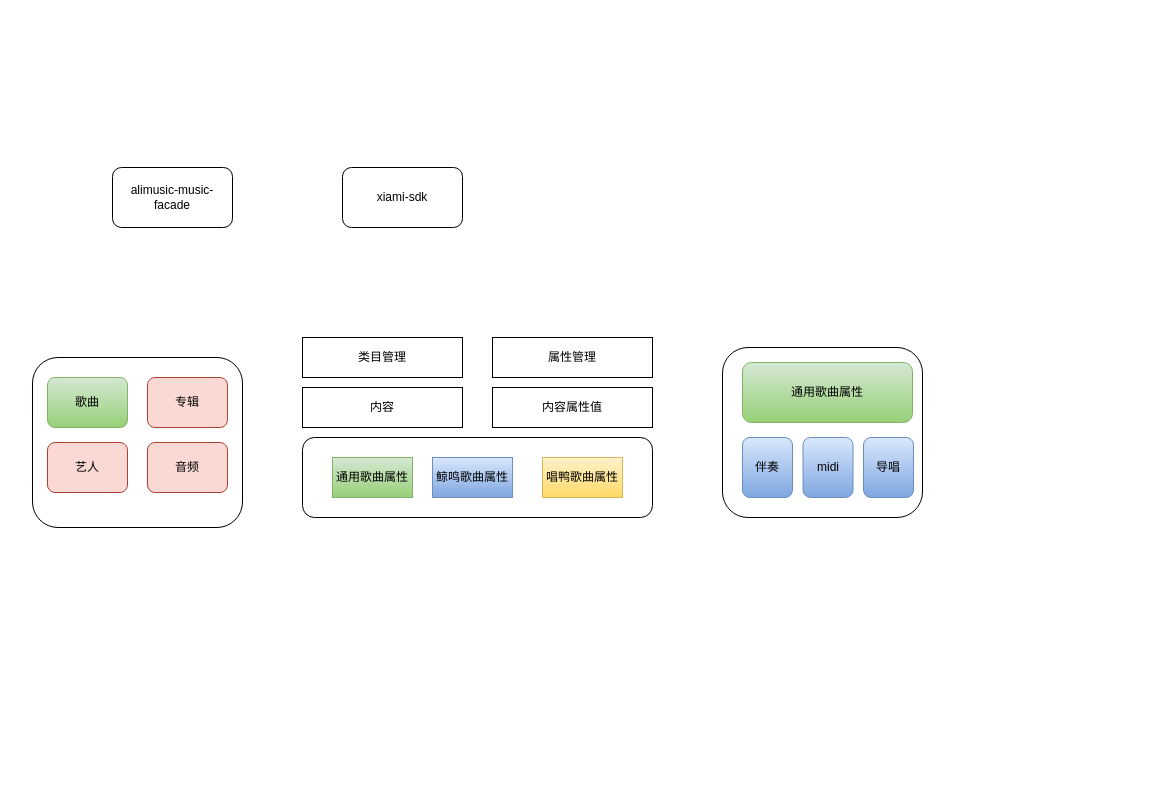
Above: bigsongs.drawio in QuanCong/draw (draw.io), before the change. Source tidied: cells renumbered, new cells numbered last; positions are measured from the earlier drawing's top-left corner, leaving out a move shared by most shapes. Both pictures are drawn from the tidied source at 100%, with x=0, y=0 at pixel (32, 167).
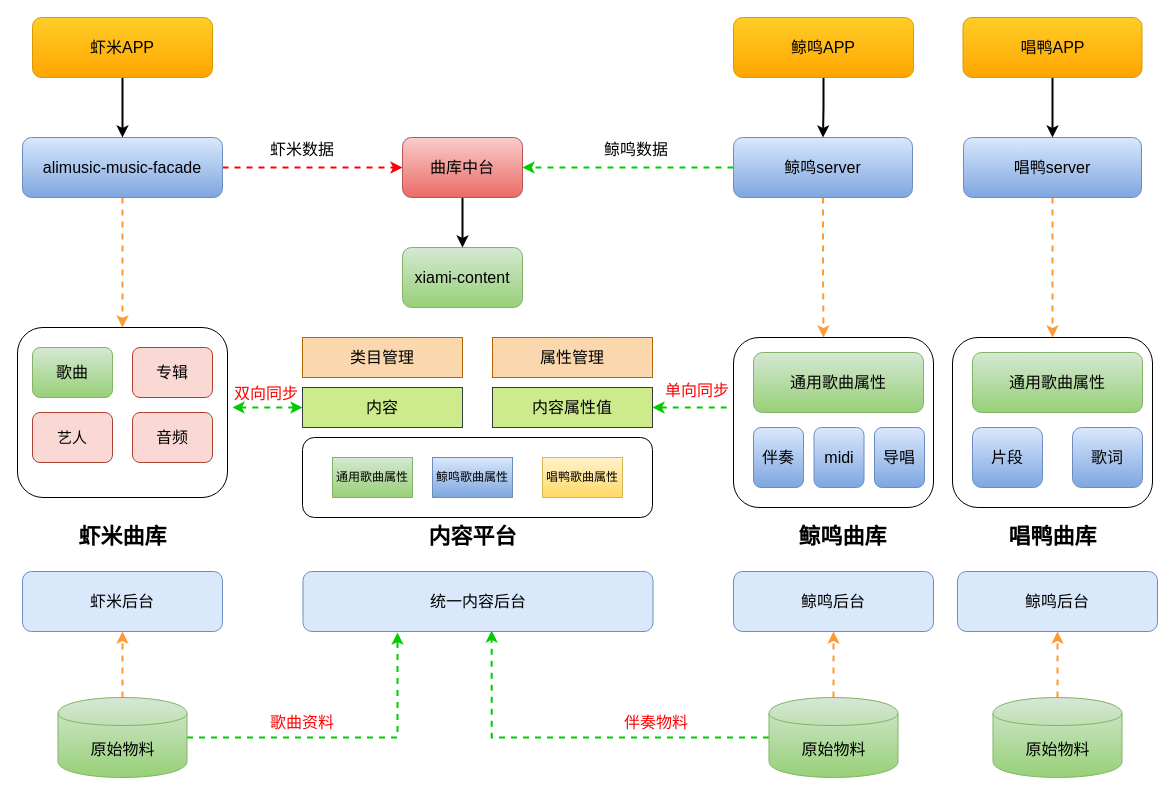
The same page after the edit.

Unchanged cells that the change refers to:
```xml
<mxCell id="18" style="rounded=1;whiteSpace=wrap;html=1;" parent="17" vertex="1">
  <mxGeometry width="210" height="170" as="geometry" />
</mxCell>
```

Diff of the diagram source:
```diff
@@
-    <mxCell id="2" style="rounded=1;whiteSpace=wrap;html=1;" parent="1" vertex="1">
-      <mxGeometry x="690" y="180" width="200" height="170" as="geometry" />
-    </mxCell>
+    <mxCell id="24" style="edgeStyle=orthogonalEdgeStyle;rounded=0;jettySize=auto;html=1;exitX=0.5;exitY=1;exitDx=0;exitDy=0;strokeColor=#FF9933;strokeWidth=2;dashed=1;" parent="1" edge="1" source="3" target="18">
+      <mxGeometry relative="1" as="geometry" />
+    </mxCell>
+    <mxCell id="25" style="edgeStyle=orthogonalEdgeStyle;rounded=0;jettySize=auto;html=1;exitX=1;exitY=0.5;exitDx=0;exitDy=0;entryX=0;entryY=0.5;entryDx=0;entryDy=0;dashed=1;strokeColor=#FF0000;strokeWidth=2;fontSize=22;fontColor=#FF0000;" parent="1" edge="1" source="3" target="32">
+      <mxGeometry relative="1" as="geometry" />
+    </mxCell>
-    <mxCell id="3" value="alimusic-music-facade" style="rounded=1;whiteSpace=wrap;html=1;" parent="1" vertex="1">
-      <mxGeometry x="80" width="120" height="60" as="geometry" />
+    <mxCell id="3" value="alimusic-music-facade" style="rounded=1;whiteSpace=wrap;html=1;fillColor=#dae8fc;strokeColor=#6c8ebf;gradientColor=#7ea6e0;fontSize=16;" parent="1" vertex="1">
+      <mxGeometry x="-10" y="-30" width="200" height="60" as="geometry" />
     </mxCell>
-    <mxCell id="4" value="xiami-sdk" style="rounded=1;whiteSpace=wrap;html=1;" parent="1" vertex="1">
-      <mxGeometry x="310" width="120" height="60" as="geometry" />
+    <mxCell id="4" value="xiami-content" style="rounded=1;whiteSpace=wrap;html=1;gradientColor=#97d077;fillColor=#d5e8d4;strokeColor=#82b366;fontSize=16;" parent="1" vertex="1">
+      <mxGeometry x="370" y="80" width="120" height="60" as="geometry" />
     </mxCell>
-    <mxCell id="5" value="类目管理" style="rounded=0;whiteSpace=wrap;html=1;" parent="1" vertex="1">
-      <mxGeometry x="270" y="170" width="160" height="40" as="geometry" />
-    </mxCell>
-    <mxCell id="6" value="内容属性值" style="rounded=0;whiteSpace=wrap;html=1;" parent="1" vertex="1">
-      <mxGeometry x="460" y="220" width="160" height="40" as="geometry" />
-    </mxCell>
-    <mxCell id="7" value="内容" style="rounded=0;whiteSpace=wrap;html=1;" parent="1" vertex="1">
-      <mxGeometry x="270" y="220" width="160" height="40" as="geometry" />
-    </mxCell>
-    <mxCell id="8" value="通用歌曲属性" style="rounded=1;whiteSpace=wrap;html=1;gradientColor=#97d077;fillColor=#d5e8d4;strokeColor=#82b366;" parent="1" vertex="1">
-      <mxGeometry x="710" y="195" width="170" height="60" as="geometry" />
-    </mxCell>
-    <mxCell id="9" value="伴奏" style="rounded=1;whiteSpace=wrap;html=1;gradientColor=#7ea6e0;fillColor=#dae8fc;strokeColor=#6c8ebf;" parent="1" vertex="1">
-      <mxGeometry x="710" y="270" width="50" height="60" as="geometry" />
-    </mxCell>
-    <mxCell id="10" value="midi" style="rounded=1;whiteSpace=wrap;html=1;gradientColor=#7ea6e0;fillColor=#dae8fc;strokeColor=#6c8ebf;" parent="1" vertex="1">
-      <mxGeometry x="770.5" y="270" width="50" height="60" as="geometry" />
-    </mxCell>
-    <mxCell id="11" value="导唱" style="rounded=1;whiteSpace=wrap;html=1;gradientColor=#7ea6e0;fillColor=#dae8fc;strokeColor=#6c8ebf;" parent="1" vertex="1">
-      <mxGeometry x="831" y="270" width="50" height="60" as="geometry" />
-    </mxCell>
-    <mxCell id="12" style="group;fillColor=none;" parent="1" vertex="1">
-      <mxGeometry x="270" y="270" width="350" height="80" as="geometry" />
-    </mxCell>
-    <mxCell id="13" style="rounded=1;whiteSpace=wrap;html=1;" parent="12" vertex="1">
-      <mxGeometry width="350" height="80" as="geometry" />
-    </mxCell>
-    <mxCell id="14" value="通用歌曲属性" style="rounded=0;whiteSpace=wrap;html=1;fillColor=#d5e8d4;strokeColor=#82b366;gradientColor=#97d077;" parent="12" vertex="1">
-      <mxGeometry x="30" y="20" width="80" height="40" as="geometry" />
-    </mxCell>
-    <mxCell id="15" value="鲸鸣歌曲属性" style="rounded=0;whiteSpace=wrap;html=1;gradientColor=#7ea6e0;fillColor=#dae8fc;strokeColor=#6c8ebf;" parent="12" vertex="1">
-      <mxGeometry x="130" y="20" width="80" height="40" as="geometry" />
-    </mxCell>
-    <mxCell id="16" value="唱鸭歌曲属性" style="rounded=0;whiteSpace=wrap;html=1;gradientColor=#ffd966;fillColor=#fff2cc;strokeColor=#d6b656;" parent="12" vertex="1">
-      <mxGeometry x="240" y="20" width="80" height="40" as="geometry" />
-    </mxCell>
-    <mxCell id="17" style="group;" parent="1" vertex="1">
-      <mxGeometry y="190" width="210" height="170" as="geometry" />
+    <mxCell id="17" style="group;fontSize=16;" parent="1" vertex="1">
+      <mxGeometry x="-15" y="160" width="210" height="170" as="geometry" />
     </mxCell>
@@
-    <mxCell id="19" value="歌曲" style="rounded=1;whiteSpace=wrap;html=1;gradientColor=#97d077;fillColor=#d5e8d4;strokeColor=#82b366;" parent="17" vertex="1">
+    <mxCell id="19" value="歌曲" style="rounded=1;whiteSpace=wrap;html=1;gradientColor=#97d077;fillColor=#d5e8d4;strokeColor=#82b366;fontSize=16;" parent="17" vertex="1">
       <mxGeometry x="15" y="20" width="80" height="50" as="geometry" />
     </mxCell>
-    <mxCell id="20" value="专辑" style="rounded=1;whiteSpace=wrap;html=1;fillColor=#fad9d5;strokeColor=#ae4132;" parent="17" vertex="1">
+    <mxCell id="20" value="专辑" style="rounded=1;whiteSpace=wrap;html=1;fillColor=#fad9d5;strokeColor=#ae4132;fontSize=16;" parent="17" vertex="1">
       <mxGeometry x="115" y="20" width="80" height="50" as="geometry" />
     </mxCell>
-    <mxCell id="21" value="艺人" style="rounded=1;whiteSpace=wrap;html=1;fillColor=#fad9d5;strokeColor=#ae4132;" parent="17" vertex="1">
+    <mxCell id="21" value="艺人" style="rounded=1;whiteSpace=wrap;html=1;fillColor=#fad9d5;strokeColor=#ae4132;fontSize=15;" parent="17" vertex="1">
       <mxGeometry x="15" y="85" width="80" height="50" as="geometry" />
     </mxCell>
-    <mxCell id="22" value="音频" style="rounded=1;whiteSpace=wrap;html=1;fillColor=#fad9d5;strokeColor=#ae4132;" parent="17" vertex="1">
+    <mxCell id="22" value="音频" style="rounded=1;whiteSpace=wrap;html=1;fillColor=#fad9d5;strokeColor=#ae4132;fontSize=16;" parent="17" vertex="1">
       <mxGeometry x="115" y="85" width="80" height="50" as="geometry" />
     </mxCell>
+    <mxCell id="26" style="group;" parent="1" vertex="1">
+      <mxGeometry x="701" y="170" width="200" height="170" as="geometry" />
+    </mxCell>
+    <mxCell id="2" style="rounded=1;whiteSpace=wrap;html=1;" parent="26" vertex="1">
+      <mxGeometry width="200" height="170" as="geometry" />
+    </mxCell>
+    <mxCell id="8" value="通用歌曲属性" style="rounded=1;whiteSpace=wrap;html=1;gradientColor=#97d077;fillColor=#d5e8d4;strokeColor=#82b366;fontSize=16;" parent="26" vertex="1">
+      <mxGeometry x="20" y="15" width="170" height="60" as="geometry" />
+    </mxCell>
+    <mxCell id="9" value="伴奏" style="rounded=1;whiteSpace=wrap;html=1;gradientColor=#7ea6e0;fillColor=#dae8fc;strokeColor=#6c8ebf;fontSize=16;" parent="26" vertex="1">
+      <mxGeometry x="20" y="90" width="50" height="60" as="geometry" />
+    </mxCell>
+    <mxCell id="10" value="midi" style="rounded=1;whiteSpace=wrap;html=1;gradientColor=#7ea6e0;fillColor=#dae8fc;strokeColor=#6c8ebf;fontSize=16;" parent="26" vertex="1">
+      <mxGeometry x="80.5" y="90" width="50" height="60" as="geometry" />
+    </mxCell>
+    <mxCell id="11" value="导唱" style="rounded=1;whiteSpace=wrap;html=1;gradientColor=#7ea6e0;fillColor=#dae8fc;strokeColor=#6c8ebf;fontSize=16;" parent="26" vertex="1">
+      <mxGeometry x="141" y="90" width="50" height="60" as="geometry" />
+    </mxCell>
+    <mxCell id="27" value="鲸鸣曲库" style="text;html=1;strokeColor=none;fillColor=none;align=center;verticalAlign=middle;whiteSpace=wrap;rounded=0;fontSize=22;fontStyle=1;" parent="1" vertex="1">
+      <mxGeometry x="761" y="360" width="99" height="20" as="geometry" />
+    </mxCell>
+    <mxCell id="28" style="edgeStyle=orthogonalEdgeStyle;rounded=0;jettySize=auto;html=1;exitX=0.5;exitY=1;exitDx=0;exitDy=0;entryX=0.45;entryY=0;entryDx=0;entryDy=0;entryPerimeter=0;fontSize=22;dashed=1;strokeWidth=2;strokeColor=#FF9933;" parent="1" edge="1" source="30" target="2">
+      <mxGeometry relative="1" as="geometry" />
+    </mxCell>
+    <mxCell id="29" style="edgeStyle=orthogonalEdgeStyle;rounded=0;jettySize=auto;html=1;exitX=0;exitY=0.5;exitDx=0;exitDy=0;dashed=1;strokeColor=#00CC00;strokeWidth=2;fontSize=22;fontColor=#00CC00;" parent="1" edge="1" source="30" target="32">
+      <mxGeometry relative="1" as="geometry" />
+    </mxCell>
+    <mxCell id="30" value="鲸鸣server" style="rounded=1;whiteSpace=wrap;html=1;fillColor=#dae8fc;strokeColor=#6c8ebf;gradientColor=#7ea6e0;fontSize=16;" parent="1" vertex="1">
+      <mxGeometry x="701" y="-30" width="179" height="60" as="geometry" />
+    </mxCell>
+    <mxCell id="31" style="edgeStyle=orthogonalEdgeStyle;rounded=0;jettySize=auto;html=1;exitX=0.5;exitY=1;exitDx=0;exitDy=0;strokeWidth=2;" parent="1" edge="1" source="32" target="4">
+      <mxGeometry relative="1" as="geometry" />
+    </mxCell>
+    <mxCell id="32" value="曲库中台" style="rounded=1;whiteSpace=wrap;html=1;fillColor=#f8cecc;strokeColor=#b85450;gradientColor=#ea6b66;fontSize=16;" parent="1" vertex="1">
+      <mxGeometry x="370" y="-30" width="120" height="60" as="geometry" />
+    </mxCell>
+    <mxCell id="33" style="edgeStyle=orthogonalEdgeStyle;rounded=0;jettySize=auto;html=1;exitX=0.5;exitY=1;exitDx=0;exitDy=0;strokeWidth=2;" parent="1" edge="1" source="34" target="30">
+      <mxGeometry relative="1" as="geometry" />
+    </mxCell>
+    <mxCell id="34" value="鲸鸣APP" style="rounded=1;whiteSpace=wrap;html=1;fillColor=#ffcd28;strokeColor=#d79b00;gradientColor=#ffa500;fontSize=16;" parent="1" vertex="1">
+      <mxGeometry x="701" y="-150" width="180" height="60" as="geometry" />
+    </mxCell>
+    <mxCell id="35" style="edgeStyle=orthogonalEdgeStyle;rounded=0;jettySize=auto;html=1;exitX=0.5;exitY=1;exitDx=0;exitDy=0;entryX=0.5;entryY=0;entryDx=0;entryDy=0;fontSize=22;strokeWidth=2;strokeColor=#FF9933;dashed=1;" parent="1" edge="1" source="36" target="40">
+      <mxGeometry relative="1" as="geometry" />
+    </mxCell>
+    <mxCell id="36" value="唱鸭server" style="rounded=1;whiteSpace=wrap;html=1;fillColor=#dae8fc;strokeColor=#6c8ebf;gradientColor=#7ea6e0;fontSize=16;" parent="1" vertex="1">
+      <mxGeometry x="931" y="-30" width="178" height="60" as="geometry" />
+    </mxCell>
+    <mxCell id="37" style="edgeStyle=orthogonalEdgeStyle;rounded=0;jettySize=auto;html=1;exitX=0.5;exitY=1;exitDx=0;exitDy=0;strokeWidth=2;" parent="1" edge="1" source="38" target="36">
+      <mxGeometry relative="1" as="geometry" />
+    </mxCell>
+    <mxCell id="38" value="唱鸭APP" style="rounded=1;whiteSpace=wrap;html=1;fillColor=#ffcd28;strokeColor=#d79b00;gradientColor=#ffa500;fontSize=16;" parent="1" vertex="1">
+      <mxGeometry x="930.5" y="-150" width="179" height="60" as="geometry" />
+    </mxCell>
+    <mxCell id="39" style="group;" parent="1" vertex="1">
+      <mxGeometry x="920" y="170" width="200" height="170" as="geometry" />
+    </mxCell>
+    <mxCell id="40" style="rounded=1;whiteSpace=wrap;html=1;" parent="39" vertex="1">
+      <mxGeometry width="200" height="170" as="geometry" />
+    </mxCell>
+    <mxCell id="41" value="通用歌曲属性" style="rounded=1;whiteSpace=wrap;html=1;gradientColor=#97d077;fillColor=#d5e8d4;strokeColor=#82b366;fontSize=16;" parent="39" vertex="1">
+      <mxGeometry x="20" y="15" width="170" height="60" as="geometry" />
+    </mxCell>
+    <mxCell id="42" value="片段" style="rounded=1;whiteSpace=wrap;html=1;gradientColor=#7ea6e0;fillColor=#dae8fc;strokeColor=#6c8ebf;fontSize=16;" parent="39" vertex="1">
+      <mxGeometry x="20" y="90" width="70" height="60" as="geometry" />
+    </mxCell>
+    <mxCell id="43" value="歌词" style="rounded=1;whiteSpace=wrap;html=1;gradientColor=#7ea6e0;fillColor=#dae8fc;strokeColor=#6c8ebf;fontSize=16;" parent="39" vertex="1">
+      <mxGeometry x="120" y="90" width="70" height="60" as="geometry" />
+    </mxCell>
+    <mxCell id="44" style="edgeStyle=orthogonalEdgeStyle;rounded=0;jettySize=auto;html=1;exitX=0.5;exitY=1;exitDx=0;exitDy=0;entryX=0.5;entryY=0;entryDx=0;entryDy=0;strokeWidth=2;" parent="1" edge="1" source="45" target="3">
+      <mxGeometry relative="1" as="geometry" />
+    </mxCell>
+    <mxCell id="45" value="虾米APP" style="rounded=1;whiteSpace=wrap;html=1;gradientColor=#ffa500;fillColor=#ffcd28;strokeColor=#d79b00;fontSize=16;" parent="1" vertex="1">
+      <mxGeometry y="-150" width="180" height="60" as="geometry" />
+    </mxCell>
+    <mxCell id="46" value="唱鸭曲库" style="text;html=1;strokeColor=none;fillColor=none;align=center;verticalAlign=middle;whiteSpace=wrap;rounded=0;fontSize=22;fontStyle=1;" parent="1" vertex="1">
+      <mxGeometry x="970.5" y="360" width="99" height="20" as="geometry" />
+    </mxCell>
+    <mxCell id="47" value="内容平台" style="text;html=1;strokeColor=none;fillColor=none;align=center;verticalAlign=middle;whiteSpace=wrap;rounded=0;fontSize=22;fontStyle=1;" parent="1" vertex="1">
+      <mxGeometry x="391" y="360" width="99" height="20" as="geometry" />
+    </mxCell>
+    <mxCell id="48" value="虾米曲库" style="text;html=1;strokeColor=none;fillColor=none;align=center;verticalAlign=middle;whiteSpace=wrap;rounded=0;fontSize=22;fontStyle=1;" parent="1" vertex="1">
+      <mxGeometry x="41" y="360" width="99" height="20" as="geometry" />
+    </mxCell>
+    <mxCell id="49" style="edgeStyle=orthogonalEdgeStyle;rounded=0;jettySize=auto;html=1;dashed=1;startArrow=classic;startFill=1;strokeColor=#00CC00;strokeWidth=2;fontSize=16;fontColor=#FF0000;" parent="1" edge="1" source="7">
+      <mxGeometry relative="1" as="geometry">
+        <mxPoint x="200" y="240" as="targetPoint" />
+      </mxGeometry>
+    </mxCell>
+    <mxCell id="50" style="edgeStyle=orthogonalEdgeStyle;rounded=0;jettySize=auto;html=1;exitX=1;exitY=0.5;exitDx=0;exitDy=0;dashed=1;startArrow=classic;startFill=1;strokeColor=#00CC00;strokeWidth=2;fontSize=16;fontColor=#FF0000;endArrow=none;endFill=0;" parent="1" edge="1" source="6">
+      <mxGeometry relative="1" as="geometry">
+        <mxPoint x="700" y="240" as="targetPoint" />
+      </mxGeometry>
+    </mxCell>
+    <mxCell id="51" value="单向同步" style="text;html=1;align=left;verticalAlign=top;spacingTop=-4;fontSize=16;fontColor=#FF0000;" parent="1" vertex="1">
+      <mxGeometry x="630.5" y="211" width="80" height="20" as="geometry" />
+    </mxCell>
+    <mxCell id="52" value="双向同步" style="text;html=1;align=left;verticalAlign=top;spacingTop=-4;fontSize=16;fontColor=#FF0000;" parent="1" vertex="1">
+      <mxGeometry x="200" y="214" width="80" height="20" as="geometry" />
+    </mxCell>
+    <mxCell id="53" style="edgeStyle=orthogonalEdgeStyle;rounded=0;jettySize=auto;html=1;dashed=1;startArrow=none;startFill=0;endArrow=classic;endFill=1;strokeColor=#FF9933;strokeWidth=2;fontSize=16;fontColor=#FF0000;" parent="1" edge="1" source="55" target="59">
+      <mxGeometry relative="1" as="geometry" />
+    </mxCell>
+    <mxCell id="54" style="edgeStyle=orthogonalEdgeStyle;rounded=0;jettySize=auto;html=1;entryX=0.27;entryY=1.017;entryDx=0;entryDy=0;dashed=1;startArrow=none;startFill=0;endArrow=classic;endFill=1;strokeColor=#00CC00;strokeWidth=2;fontSize=16;fontColor=#FF0000;entryPerimeter=0;" parent="1" edge="1" source="55" target="61">
+      <mxGeometry relative="1" as="geometry" />
+    </mxCell>
+    <mxCell id="55" value="原始物料" style="shape=cylinder;whiteSpace=wrap;html=1;boundedLbl=1;backgroundOutline=1;fontSize=16;gradientColor=#97d077;fillColor=#d5e8d4;strokeColor=#82b366;" parent="1" vertex="1">
+      <mxGeometry x="25.5" y="530" width="129" height="80" as="geometry" />
+    </mxCell>
+    <mxCell id="56" style="edgeStyle=orthogonalEdgeStyle;rounded=0;jettySize=auto;html=1;dashed=1;startArrow=none;startFill=0;endArrow=classic;endFill=1;strokeColor=#FF9933;strokeWidth=2;fontSize=16;fontColor=#FF0000;" parent="1" edge="1" source="58" target="60">
+      <mxGeometry relative="1" as="geometry" />
+    </mxCell>
+    <mxCell id="57" style="edgeStyle=orthogonalEdgeStyle;rounded=0;jettySize=auto;html=1;exitX=0;exitY=0.5;exitDx=0;exitDy=0;dashed=1;startArrow=none;startFill=0;endArrow=classic;endFill=1;strokeColor=#00CC00;strokeWidth=2;fontSize=16;fontColor=#FF0000;entryX=0.539;entryY=0.983;entryDx=0;entryDy=0;entryPerimeter=0;" parent="1" edge="1" source="58" target="61">
+      <mxGeometry relative="1" as="geometry" />
+    </mxCell>
+    <mxCell id="58" value="原始物料" style="shape=cylinder;whiteSpace=wrap;html=1;boundedLbl=1;backgroundOutline=1;fontSize=16;gradientColor=#97d077;fillColor=#d5e8d4;strokeColor=#82b366;" parent="1" vertex="1">
+      <mxGeometry x="736.5" y="530" width="129" height="80" as="geometry" />
+    </mxCell>
+    <mxCell id="59" value="虾米后台" style="rounded=1;whiteSpace=wrap;html=1;fontSize=16;fillColor=#dae8fc;strokeColor=#6c8ebf;" parent="1" vertex="1">
+      <mxGeometry x="-10" y="404" width="200" height="60" as="geometry" />
+    </mxCell>
+    <mxCell id="60" value="鲸鸣后台" style="rounded=1;whiteSpace=wrap;html=1;fontSize=16;fillColor=#dae8fc;strokeColor=#6c8ebf;" parent="1" vertex="1">
+      <mxGeometry x="701" y="404" width="200" height="60" as="geometry" />
+    </mxCell>
+    <mxCell id="61" value="统一内容后台" style="rounded=1;whiteSpace=wrap;html=1;fontSize=16;fillColor=#dae8fc;strokeColor=#6c8ebf;" parent="1" vertex="1">
+      <mxGeometry x="270.5" y="404" width="350" height="60" as="geometry" />
+    </mxCell>
+    <mxCell id="62" value="歌曲资料" style="text;html=1;align=left;verticalAlign=top;spacingTop=-4;fontSize=16;fontColor=#FF0000;" parent="1" vertex="1">
+      <mxGeometry x="236" y="543" width="80" height="20" as="geometry" />
+    </mxCell>
+    <mxCell id="63" value="伴奏物料" style="text;html=1;align=left;verticalAlign=top;spacingTop=-4;fontSize=16;fontColor=#FF0000;" parent="1" vertex="1">
+      <mxGeometry x="590" y="543" width="80" height="20" as="geometry" />
+    </mxCell>
+    <mxCell id="64" value="鲸鸣后台" style="rounded=1;whiteSpace=wrap;html=1;fontSize=16;fillColor=#dae8fc;strokeColor=#6c8ebf;" parent="1" vertex="1">
+      <mxGeometry x="925" y="404" width="200" height="60" as="geometry" />
+    </mxCell>
+    <mxCell id="65" style="edgeStyle=orthogonalEdgeStyle;rounded=0;jettySize=auto;html=1;dashed=1;startArrow=none;startFill=0;endArrow=classic;endFill=1;strokeColor=#FF9933;strokeWidth=2;fontSize=16;fontColor=#FF9933;" parent="1" edge="1" source="66" target="64">
+      <mxGeometry relative="1" as="geometry" />
+    </mxCell>
+    <mxCell id="66" value="原始物料" style="shape=cylinder;whiteSpace=wrap;html=1;boundedLbl=1;backgroundOutline=1;fontSize=16;gradientColor=#97d077;fillColor=#d5e8d4;strokeColor=#82b366;" parent="1" vertex="1">
+      <mxGeometry x="960.5" y="530" width="129" height="80" as="geometry" />
+    </mxCell>
+    <mxCell id="67" value="鲸鸣数据" style="text;html=1;align=left;verticalAlign=top;spacingTop=-4;fontSize=16;fontColor=#000000;" parent="1" vertex="1">
+      <mxGeometry x="570" y="-30" width="80" height="20" as="geometry" />
+    </mxCell>
+    <mxCell id="68" value="虾米数据" style="text;html=1;align=left;verticalAlign=top;spacingTop=-4;fontSize=16;fontColor=#000000;" parent="1" vertex="1">
+      <mxGeometry x="236" y="-30" width="80" height="20" as="geometry" />
+    </mxCell>
+    <mxCell id="69" style="group;" parent="1" vertex="1">
+      <mxGeometry x="270" y="170" width="350" height="180" as="geometry" />
+    </mxCell>
+    <mxCell id="70" style="group;fontSize=16;" parent="69" vertex="1">
+      <mxGeometry width="350" height="180" as="geometry" />
+    </mxCell>
+    <mxCell id="5" value="类目管理" style="rounded=0;whiteSpace=wrap;html=1;fillColor=#fad7ac;strokeColor=#b46504;fontSize=16;" parent="70" vertex="1">
+      <mxGeometry width="160" height="40" as="geometry" />
+    </mxCell>
+    <mxCell id="6" value="内容属性值" style="rounded=0;whiteSpace=wrap;html=1;fillColor=#cdeb8b;strokeColor=#36393d;fontSize=16;" parent="70" vertex="1">
+      <mxGeometry x="190" y="50" width="160" height="40" as="geometry" />
+    </mxCell>
+    <mxCell id="7" value="内容" style="rounded=0;whiteSpace=wrap;html=1;fillColor=#cdeb8b;strokeColor=#36393d;fontSize=16;" parent="70" vertex="1">
+      <mxGeometry y="50" width="160" height="40" as="geometry" />
+    </mxCell>
+    <mxCell id="12" style="group;fillColor=none;" parent="70" vertex="1">
+      <mxGeometry y="100" width="350" height="80" as="geometry" />
+    </mxCell>
+    <mxCell id="13" style="rounded=1;whiteSpace=wrap;html=1;" parent="12" vertex="1">
+      <mxGeometry width="350" height="80" as="geometry" />
+    </mxCell>
+    <mxCell id="14" value="通用歌曲属性" style="rounded=0;whiteSpace=wrap;html=1;fillColor=#d5e8d4;strokeColor=#82b366;gradientColor=#97d077;" parent="12" vertex="1">
+      <mxGeometry x="30" y="20" width="80" height="40" as="geometry" />
+    </mxCell>
+    <mxCell id="15" value="鲸鸣歌曲属性" style="rounded=0;whiteSpace=wrap;html=1;gradientColor=#7ea6e0;fillColor=#dae8fc;strokeColor=#6c8ebf;" parent="12" vertex="1">
+      <mxGeometry x="130" y="20" width="80" height="40" as="geometry" />
+    </mxCell>
+    <mxCell id="16" value="唱鸭歌曲属性" style="rounded=0;whiteSpace=wrap;html=1;gradientColor=#ffd966;fillColor=#fff2cc;strokeColor=#d6b656;" parent="12" vertex="1">
+      <mxGeometry x="240" y="20" width="80" height="40" as="geometry" />
+    </mxCell>
-    <mxCell id="23" value="属性管理" style="rounded=0;whiteSpace=wrap;html=1;" parent="1" vertex="1">
-      <mxGeometry x="460" y="170" width="160" height="40" as="geometry" />
+    <mxCell id="23" value="属性管理" style="rounded=0;whiteSpace=wrap;html=1;fillColor=#fad7ac;strokeColor=#b46504;fontSize=16;" parent="70" vertex="1">
+      <mxGeometry x="190" width="160" height="40" as="geometry" />
     </mxCell>
```
